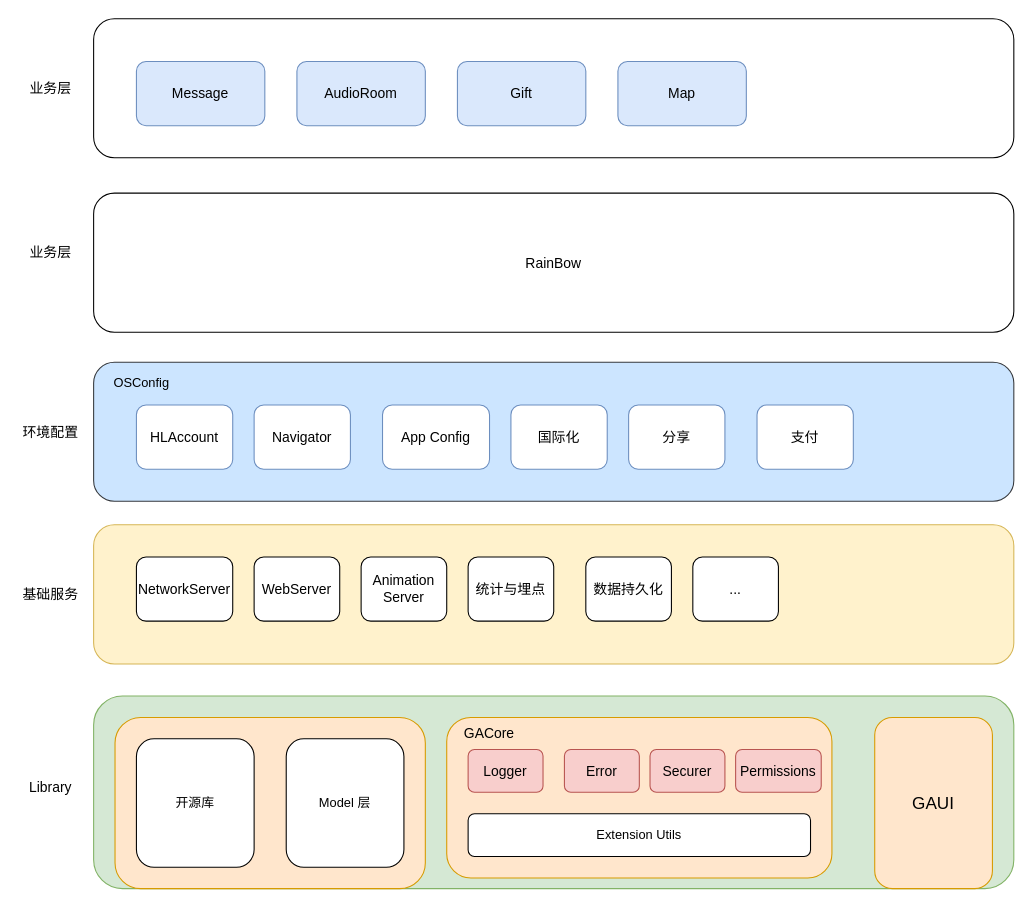
The draw.io diagram diagrams/未命名绘图.drawio in ygg29/UML, before the edit. Source tidied: cells renumbered, new cells numbered last; positions are measured from the earlier drawing's top-left corner, leaving out a move shared by most shapes. Both pictures are drawn from the tidied source at 107%, with x=0, y=0 at pixel (18, 18).
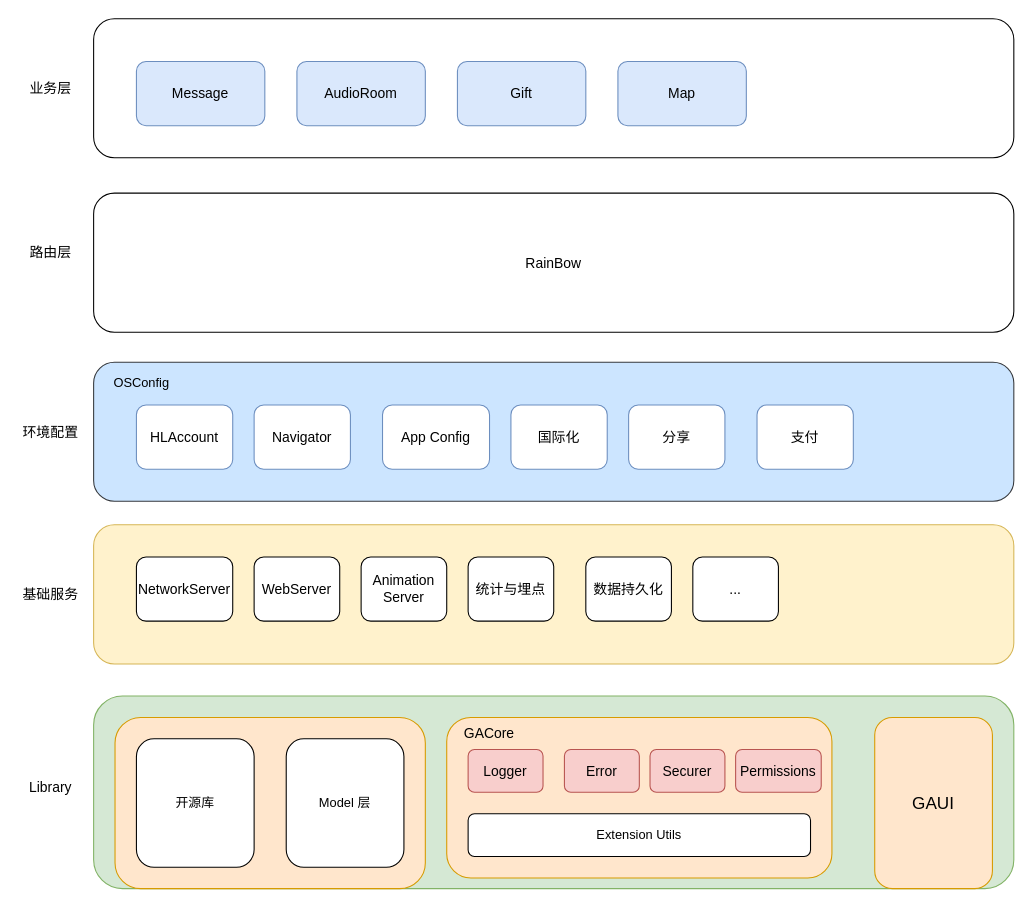
The same page after the edit.

Diff of the diagram source:
```diff
@@
-    <mxCell id="47" value="业务层" style="text;html=1;strokeColor=none;fillColor=none;align=center;verticalAlign=middle;whiteSpace=wrap;rounded=0;fontSize=13;" parent="1" vertex="1">
+    <mxCell id="47" value="路由层" style="text;html=1;strokeColor=none;fillColor=none;align=center;verticalAlign=middle;whiteSpace=wrap;rounded=0;fontSize=13;" parent="1" vertex="1">
       <mxGeometry y="203" width="60" height="30" as="geometry" />
     </mxCell>
```
